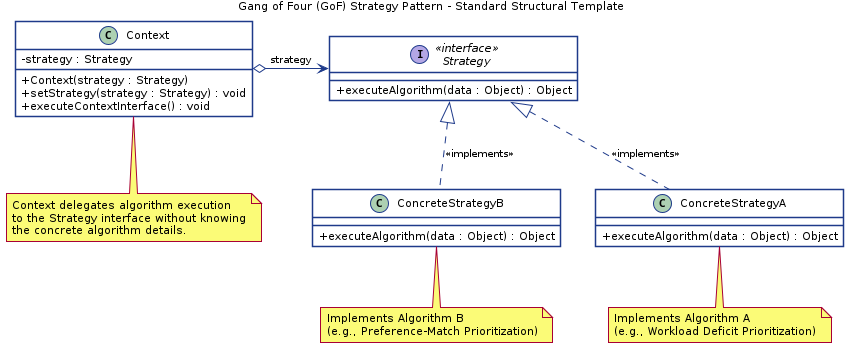
Earlier version of the PlantUML export report/assets/m2/strategy_pattern_template.png (adoreblvnk/2001temp). Its source is kept beside it as report/assets/m2/strategy_pattern_template.puml.
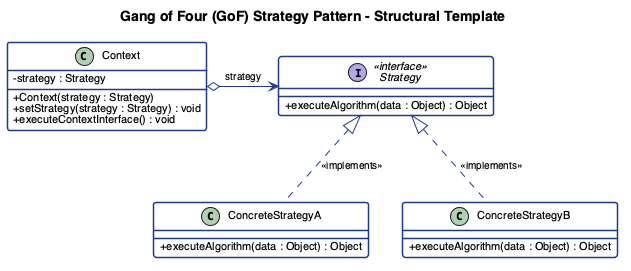
The same file after the commit.

What changed in the source:
```diff
@@ -18,7 +18,7 @@
     FontSize 10
 }
 
-title Gang of Four (GoF) Strategy Pattern - Standard Structural Template
+title Gang of Four (GoF) Strategy Pattern - Structural Template
 
 class Context {
     - strategy : Strategy
@@ -43,20 +43,4 @@
 ConcreteStrategyA .up.|> Strategy : <<implements>>
 ConcreteStrategyB .up.|> Strategy : <<implements>>
 
-note bottom of Context
-  Context delegates algorithm execution
-  to the Strategy interface without knowing
-  the concrete algorithm details.
-end note
-
-note bottom of ConcreteStrategyA
-  Implements Algorithm A
-  (e.g., Workload Deficit Prioritization)
-end note
-
-note bottom of ConcreteStrategyB
-  Implements Algorithm B
-  (e.g., Preference-Match Prioritization)
-end note
-
 @enduml
```
